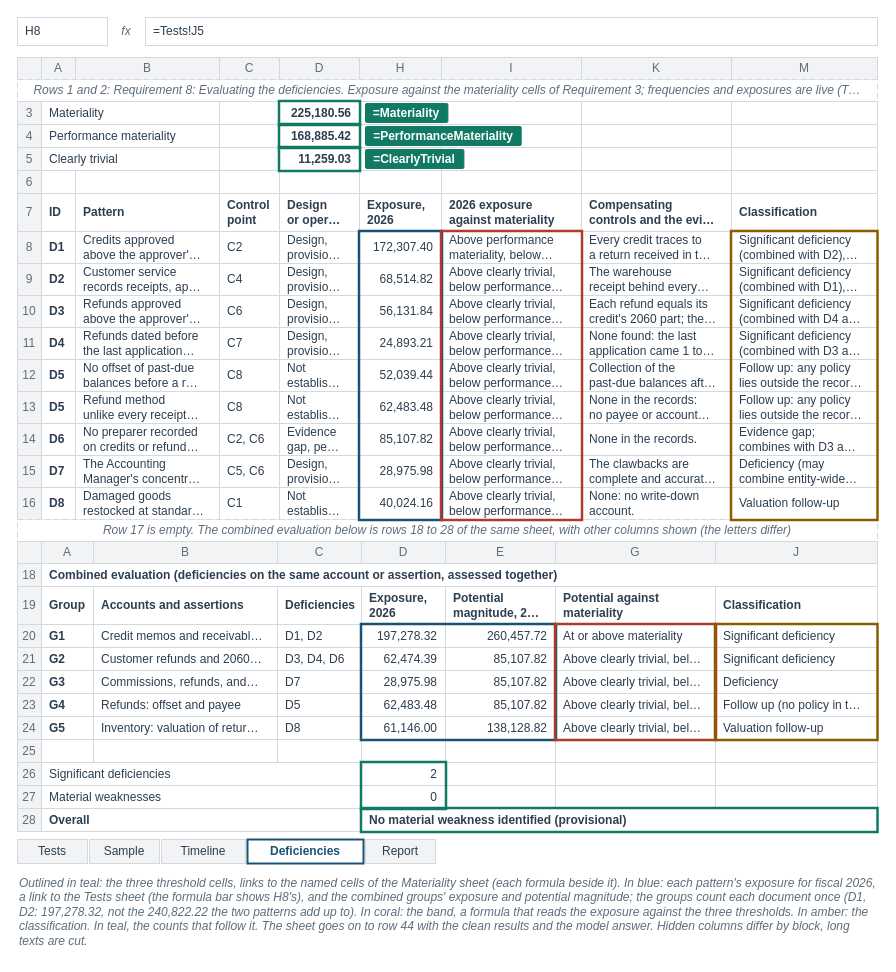
The draw.io diagram facts/instructor/figures/chapter-19-customer-credits-audit/IF-19-8-A.drawio in mmcodesso/Accounting_Analytics_Book, before the edit. Source tidied: cells renumbered, new cells numbered last; positions are measured from the earlier drawing's top-left corner, leaving out a move shared by most shapes. Both pictures are drawn from the tidied source at 100%, with x=0, y=0 at pixel (17, 17).
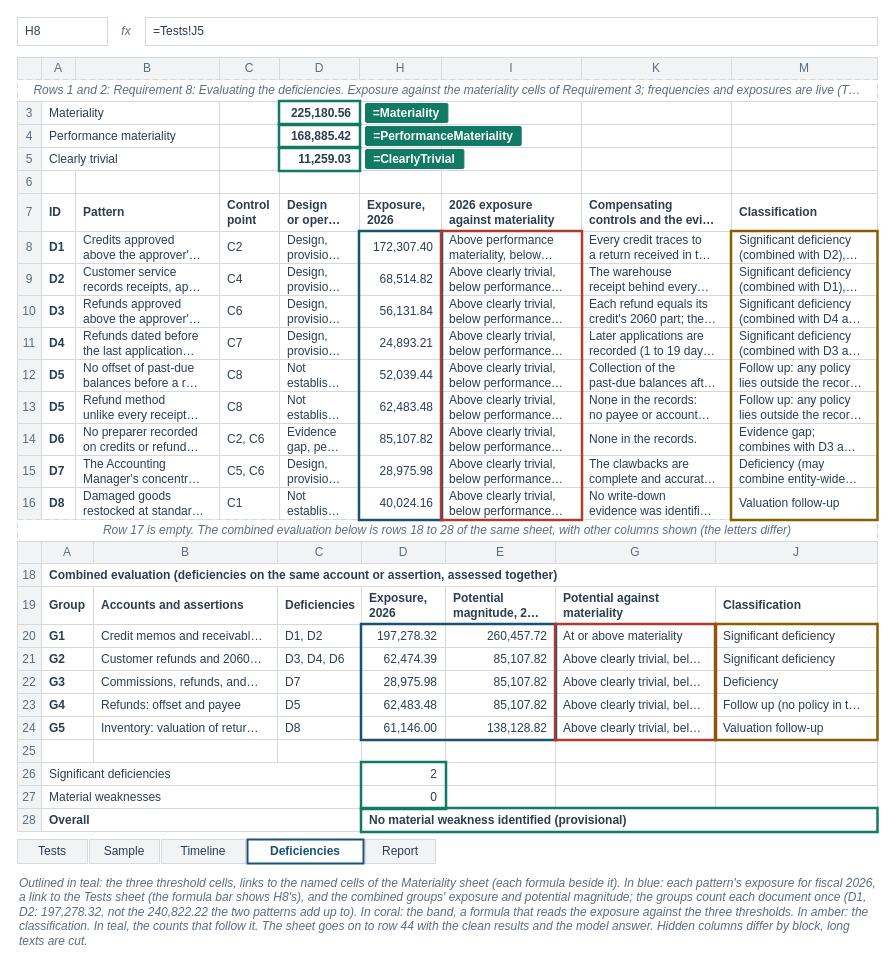
The same diagram, later.

Change to the diagram source:
```diff
@@
-    <mxCell id="92" value="None found: the last&lt;br&gt;application came 1 to…" style="rounded=0;arcSize=6;whiteSpace=wrap;html=1;fillColor=#FFFFFF;strokeColor=#D5D8DC;strokeWidth=1;fontColor=#2C3E50;fontSize=12;fontStyle=0;align=left;verticalAlign=middle;fontFamily=Helvetica;spacingLeft=6;spacingRight=6;" parent="1" vertex="1">
+    <mxCell id="92" value="Later applications are&lt;br&gt;recorded (1 to 19 day…" style="rounded=0;arcSize=6;whiteSpace=wrap;html=1;fillColor=#FFFFFF;strokeColor=#D5D8DC;strokeWidth=1;fontColor=#2C3E50;fontSize=12;fontStyle=0;align=left;verticalAlign=middle;fontFamily=Helvetica;spacingLeft=6;spacingRight=6;" parent="1" vertex="1">
       <mxGeometry x="564" y="310" width="150" height="32" as="geometry" />
     </mxCell>
@@
-    <mxCell id="137" value="None: no write-down&lt;br&gt;account." style="rounded=0;arcSize=6;whiteSpace=wrap;html=1;fillColor=#FFFFFF;strokeColor=#D5D8DC;strokeWidth=1;fontColor=#2C3E50;fontSize=12;fontStyle=0;align=left;verticalAlign=middle;fontFamily=Helvetica;spacingLeft=6;spacingRight=6;" parent="1" vertex="1">
+    <mxCell id="137" value="No write-down&lt;br&gt;evidence was identifi…" style="rounded=0;arcSize=6;whiteSpace=wrap;html=1;fillColor=#FFFFFF;strokeColor=#D5D8DC;strokeWidth=1;fontColor=#2C3E50;fontSize=12;fontStyle=0;align=left;verticalAlign=middle;fontFamily=Helvetica;spacingLeft=6;spacingRight=6;" parent="1" vertex="1">
       <mxGeometry x="564" y="470" width="150" height="32" as="geometry" />
     </mxCell>
```
